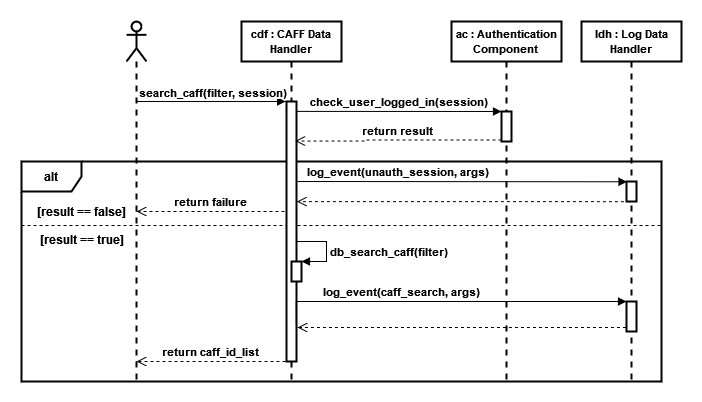
Above: Documentation/Sequence diagrams/Sequence_CAFF_Search.png in nemkrisz11/Computer-Security-Homework-2021-SHAjt (draw.io), before the change. Source tidied: cells renumbered, new cells last; positions are measured from the earlier drawing's top-left corner, leaving out a move shared by most shapes.
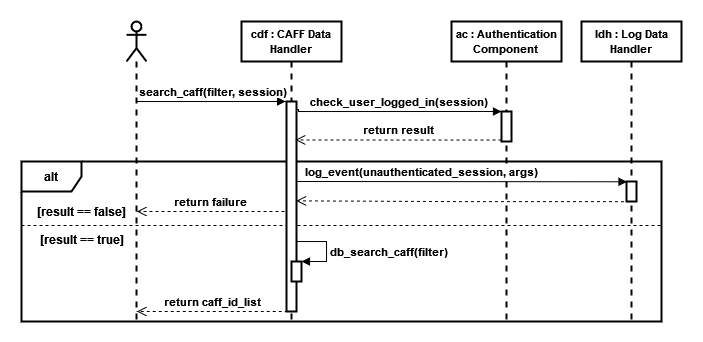
The same diagram one commit later.

Commit message:
Update CAFF_Upload & CAFF_Search

Change to the diagram source:
```diff
@@ -6,7 +6,7 @@
       <mxGeometry y="200" width="640" height="8" as="geometry" />
     </mxCell>
     <mxCell id="3" value="&lt;b&gt;alt&lt;/b&gt;" style="shape=umlFrame;whiteSpace=wrap;html=1;strokeWidth=2;" parent="1" vertex="1">
-      <mxGeometry y="140" width="640" height="220" as="geometry" />
+      <mxGeometry y="140" width="640" height="160" as="geometry" />
     </mxCell>
     <mxCell id="4" style="edgeStyle=orthogonalEdgeStyle;rounded=0;jettySize=auto;html=1;endArrow=block;endFill=1;entryX=-0.089;entryY=0;entryDx=0;entryDy=0;entryPerimeter=0;strokeWidth=1;" parent="1" edge="1" source="6" target="8">
       <mxGeometry relative="1" as="geometry">
@@ -22,13 +22,13 @@
       </mxGeometry>
     </mxCell>
     <mxCell id="6" style="shape=umlLifeline;participant=umlActor;perimeter=lifelinePerimeter;whiteSpace=wrap;html=1;verticalAlign=top;spacingTop=36;outlineConnect=0;strokeWidth=2;" parent="1" vertex="1">
-      <mxGeometry x="105" width="20" height="360" as="geometry" />
+      <mxGeometry x="105" width="20" height="300" as="geometry" />
     </mxCell>
     <mxCell id="7" value="&lt;font style=&quot;font-size: 11px&quot;&gt;&lt;b&gt;cdf : CAFF Data Handler&lt;br&gt;&lt;/b&gt;&lt;/font&gt;" style="shape=umlLifeline;perimeter=lifelinePerimeter;whiteSpace=wrap;html=1;strokeWidth=2;" parent="1" vertex="1">
-      <mxGeometry x="220" width="100" height="360" as="geometry" />
+      <mxGeometry x="220" width="100" height="300" as="geometry" />
     </mxCell>
     <mxCell id="8" style="html=1;points=[];perimeter=orthogonalPerimeter;strokeWidth=2;" parent="7" vertex="1">
-      <mxGeometry x="45" y="80" width="10" height="260" as="geometry" />
+      <mxGeometry x="45" y="80" width="10" height="210" as="geometry" />
     </mxCell>
     <mxCell id="9" style="html=1;points=[];perimeter=orthogonalPerimeter;strokeWidth=2;" parent="7" vertex="1">
       <mxGeometry x="50" y="240" width="10" height="20" as="geometry" />
@@ -44,7 +44,7 @@
       </mxGeometry>
     </mxCell>
     <mxCell id="11" value="&lt;font style=&quot;font-size: 11px&quot;&gt;&lt;b&gt;ac : Authentication Component&lt;br&gt;&lt;/b&gt;&lt;/font&gt;" style="shape=umlLifeline;perimeter=lifelinePerimeter;whiteSpace=wrap;html=1;strokeWidth=2;" parent="1" vertex="1">
-      <mxGeometry x="430" width="110" height="360" as="geometry" />
+      <mxGeometry x="430" width="110" height="300" as="geometry" />
     </mxCell>
     <mxCell id="12" style="html=1;points=[];perimeter=orthogonalPerimeter;strokeWidth=2;" parent="11" vertex="1">
       <mxGeometry x="50" y="90" width="10" height="30" as="geometry" />
@@ -56,12 +56,8 @@
         </Array>
       </mxGeometry>
     </mxCell>
-    <mxCell id="14" value="&lt;b&gt;return result&lt;br&gt;&lt;/b&gt;" style="html=1;verticalAlign=bottom;endArrow=open;dashed=1;endSize=8;exitX=0;exitY=0.95;rounded=0;edgeStyle=orthogonalEdgeStyle;entryX=0.865;entryY=0.152;entryDx=0;entryDy=0;entryPerimeter=0;strokeWidth=1;" parent="1" edge="1" source="12" target="8">
-      <mxGeometry relative="1" as="geometry">
-        <Array as="points">
-          <mxPoint x="345" y="119" />
-        </Array>
-      </mxGeometry>
+    <mxCell id="14" value="&lt;b&gt;return result&lt;br&gt;&lt;/b&gt;" style="html=1;verticalAlign=bottom;endArrow=open;dashed=1;endSize=8;exitX=0;exitY=0.95;rounded=0;edgeStyle=orthogonalEdgeStyle;entryX=0.881;entryY=0.183;entryDx=0;entryDy=0;entryPerimeter=0;strokeWidth=1;" parent="1" edge="1" source="12" target="8">
+      <mxGeometry relative="1" as="geometry" />
     </mxCell>
     <mxCell id="15" value="&lt;b&gt;[result == false]&lt;br&gt;&lt;/b&gt;" style="text;html=1;align=center;verticalAlign=middle;strokeColor=none;fillColor=none;" parent="1" vertex="1">
       <mxGeometry x="10" y="180" width="100" height="20" as="geometry" />
@@ -78,48 +74,28 @@
       <mxGeometry x="10" y="208" width="100" height="20" as="geometry" />
     </mxCell>
     <mxCell id="18" value="&lt;font style=&quot;font-size: 11px&quot;&gt;&lt;b&gt;ldh : Log Data Handler&lt;br&gt;&lt;/b&gt;&lt;/font&gt;" style="shape=umlLifeline;perimeter=lifelinePerimeter;whiteSpace=wrap;html=1;strokeWidth=2;" parent="1" vertex="1">
-      <mxGeometry x="560" width="100" height="360" as="geometry" />
+      <mxGeometry x="560" width="100" height="300" as="geometry" />
     </mxCell>
-    <mxCell id="19" style="html=1;points=[];perimeter=orthogonalPerimeter;strokeWidth=2;" parent="18" vertex="1">
-      <mxGeometry x="45" y="280" width="10" height="30" as="geometry" />
-    </mxCell>
     <mxCell id="20" style="html=1;points=[];perimeter=orthogonalPerimeter;fontSize=11;strokeWidth=2;" parent="18" vertex="1">
       <mxGeometry x="45" y="160" width="10" height="20" as="geometry" />
     </mxCell>
-    <mxCell id="21" value="&lt;b&gt;log_event(caff_search, args)&lt;/b&gt;" style="html=1;verticalAlign=bottom;endArrow=block;rounded=0;edgeStyle=orthogonalEdgeStyle;exitX=0.983;exitY=0.863;exitDx=0;exitDy=0;exitPerimeter=0;strokeWidth=1;" parent="1" edge="1" source="8">
-      <mxGeometry x="-0.27" relative="1" as="geometry">
-        <mxPoint x="605" y="280" as="targetPoint" />
-        <Array as="points">
-          <mxPoint x="275" y="280" />
-          <mxPoint x="605" y="280" />
-        </Array>
-      </mxGeometry>
-    </mxCell>
-    <mxCell id="22" style="html=1;verticalAlign=bottom;endArrow=open;dashed=1;endSize=8;rounded=0;edgeStyle=orthogonalEdgeStyle;exitX=-0.057;exitY=0.871;exitDx=0;exitDy=0;exitPerimeter=0;strokeWidth=1;" parent="1" edge="1" source="19">
-      <mxGeometry relative="1" as="geometry">
-        <mxPoint x="276" y="306" as="targetPoint" />
-        <Array as="points">
-          <mxPoint x="276" y="306" />
-        </Array>
-      </mxGeometry>
-    </mxCell>
-    <mxCell id="23" value="&lt;b&gt;return caff_id_list&lt;br&gt;&lt;/b&gt;" style="html=1;verticalAlign=bottom;endArrow=open;dashed=1;endSize=8;rounded=0;edgeStyle=orthogonalEdgeStyle;strokeWidth=1;" parent="1" edge="1" target="6">
+    <mxCell id="23" value="&lt;b&gt;return caff_id_list&lt;br&gt;&lt;/b&gt;" style="html=1;verticalAlign=bottom;endArrow=open;dashed=1;endSize=8;rounded=0;edgeStyle=orthogonalEdgeStyle;strokeWidth=1;exitX=0.123;exitY=1;exitDx=0;exitDy=0;exitPerimeter=0;" parent="1" edge="1" source="8" target="6">
       <mxGeometry relative="1" as="geometry">
-        <mxPoint x="264" y="340" as="sourcePoint" />
         <Array as="points">
-          <mxPoint x="264" y="340" />
+          <mxPoint x="264" y="290" />
+          <mxPoint x="264" y="290" />
         </Array>
       </mxGeometry>
     </mxCell>
-    <mxCell id="24" value="&lt;b&gt;log_event(unauth_session, args)&lt;/b&gt;" style="html=1;verticalAlign=bottom;endArrow=block;rounded=0;fontSize=11;strokeWidth=1;entryX=0.051;entryY=0.014;entryDx=0;entryDy=0;entryPerimeter=0;edgeStyle=orthogonalEdgeStyle;" parent="1" edge="1" target="20">
-      <mxGeometry x="-0.39" relative="1" as="geometry">
+    <mxCell id="24" value="&lt;b&gt;log_event(unauthenticated_session, args)&lt;/b&gt;" style="html=1;verticalAlign=bottom;endArrow=block;rounded=0;fontSize=11;strokeWidth=1;entryX=0.051;entryY=0.014;entryDx=0;entryDy=0;entryPerimeter=0;edgeStyle=orthogonalEdgeStyle;" parent="1" edge="1" target="20">
+      <mxGeometry x="-0.25" relative="1" as="geometry">
         <mxPoint x="276" y="160" as="sourcePoint" />
         <Array as="points">
           <mxPoint x="276" y="160" />
         </Array>
       </mxGeometry>
     </mxCell>
-    <mxCell id="25" style="html=1;verticalAlign=bottom;endArrow=open;dashed=1;endSize=8;rounded=0;edgeStyle=orthogonalEdgeStyle;exitX=-0.057;exitY=0.871;exitDx=0;exitDy=0;exitPerimeter=0;strokeWidth=1;entryX=1.04;entryY=0.385;entryDx=0;entryDy=0;entryPerimeter=0;" parent="1" edge="1" target="8">
+    <mxCell id="25" style="html=1;verticalAlign=bottom;endArrow=open;dashed=1;endSize=8;rounded=0;edgeStyle=orthogonalEdgeStyle;exitX=-0.057;exitY=0.871;exitDx=0;exitDy=0;exitPerimeter=0;strokeWidth=1;entryX=0.967;entryY=0.473;entryDx=0;entryDy=0;entryPerimeter=0;" parent="1" edge="1" target="8">
       <mxGeometry relative="1" as="geometry">
         <mxPoint x="608.4" y="180.1" as="sourcePoint" />
       </mxGeometry>
```
